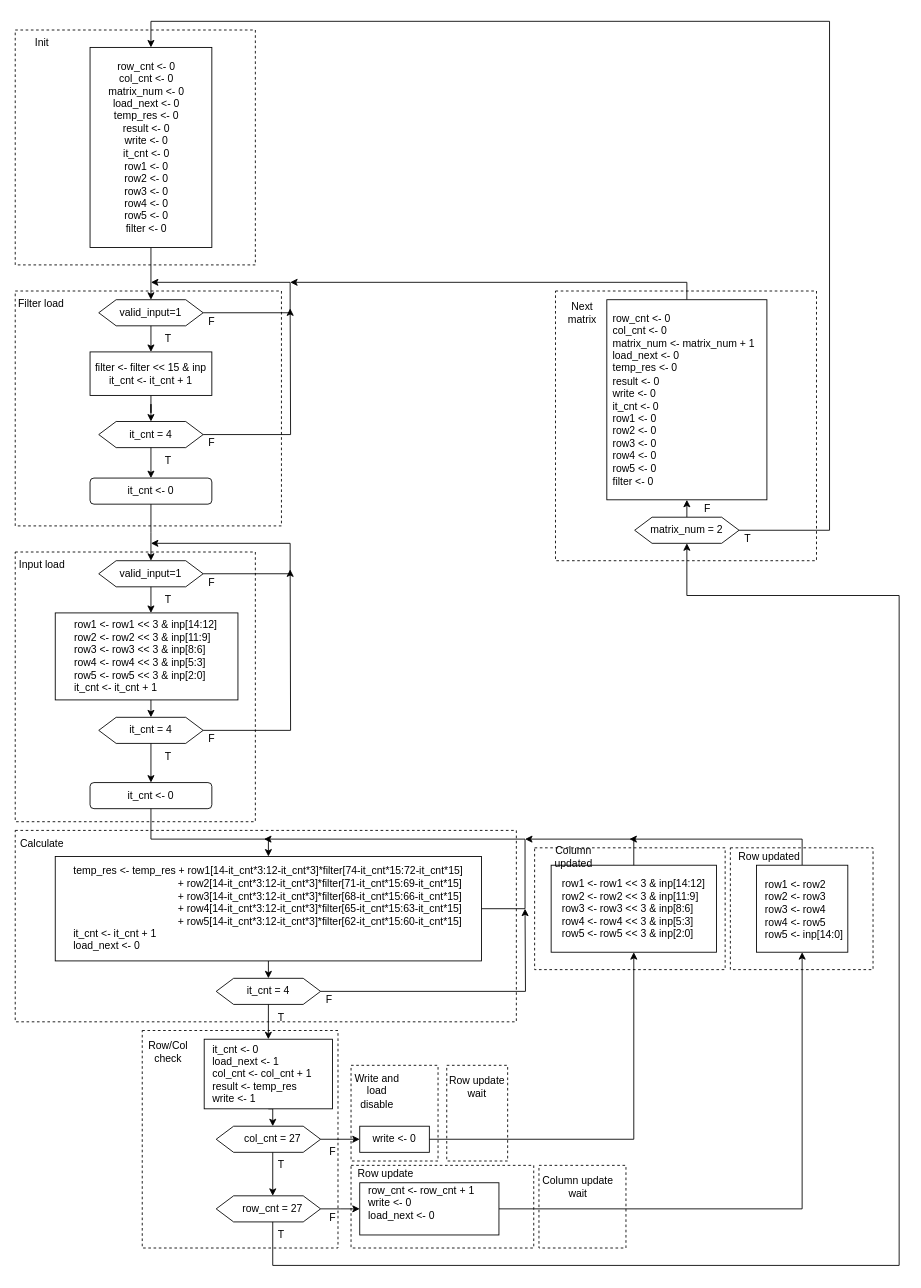
Above: page "Convolution ASMD" (3 of 3) of Diagrams.drawio in thevenus/etin35-pulpino (draw.io), before the change. Source tidied: cells renumbered, new cells numbered last; positions are measured from the earlier drawing's top-left corner, leaving out a move shared by most shapes. Both pictures are drawn from the tidied source at 87%, with x=0, y=0 at pixel (15, 21).
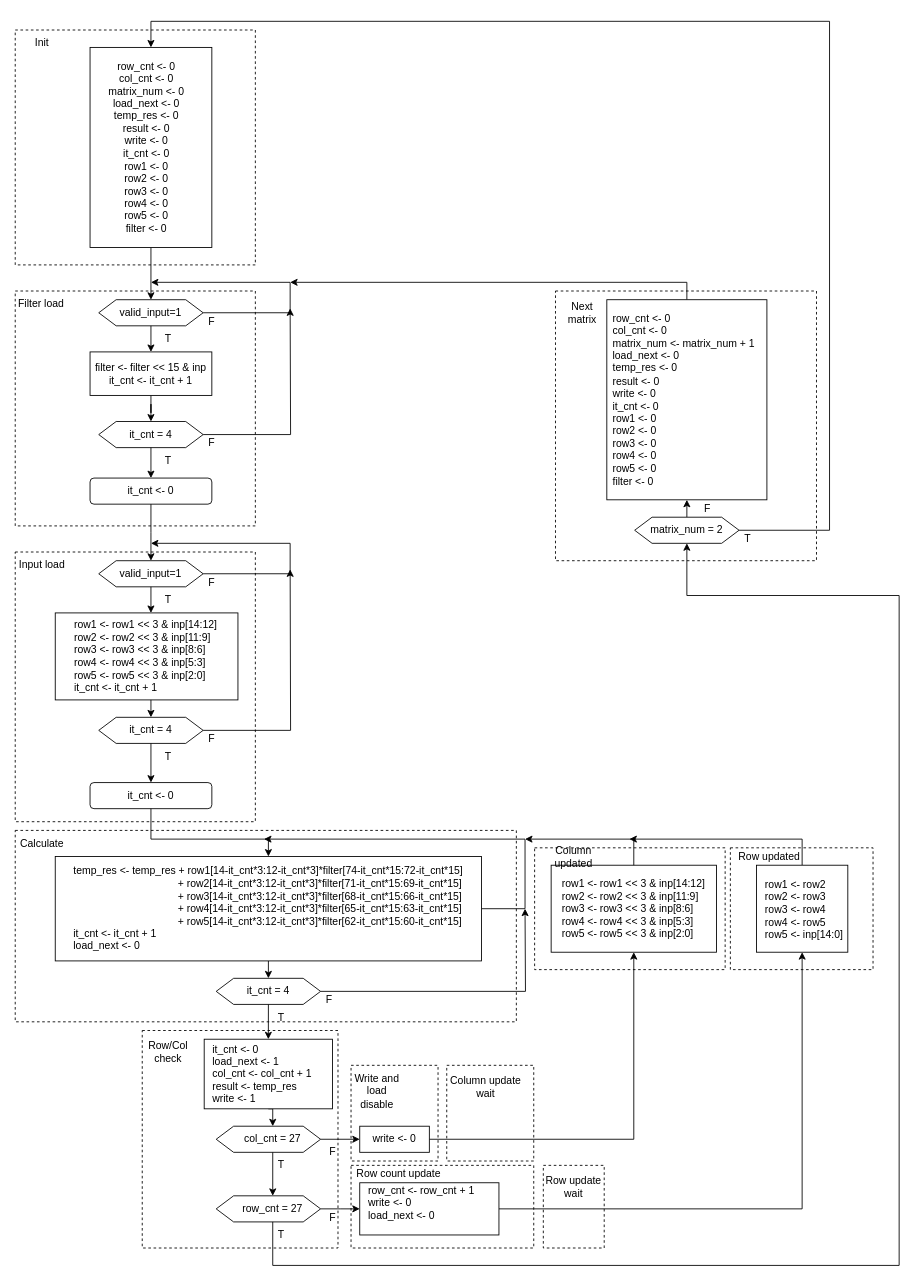
The same page after the edit.

Change to the diagram source:
```diff
@@
     <mxCell id="14" style="rounded=0;whiteSpace=wrap;html=1;fillColor=none;dashed=1;" parent="1" vertex="1">
-      <mxGeometry y="310" width="306" height="270" as="geometry" />
+      <mxGeometry y="310" width="276" height="270" as="geometry" />
     </mxCell>
@@
     <mxCell id="75" style="rounded=0;whiteSpace=wrap;html=1;fillColor=none;dashed=1;" parent="1" vertex="1">
-      <mxGeometry x="602" y="1315" width="100" height="95" as="geometry" />
+      <mxGeometry x="496" y="1200" width="100" height="110" as="geometry" />
     </mxCell>
@@
     <mxCell id="78" value="&lt;div&gt;Column update wait&lt;br&gt;&lt;/div&gt;" style="text;html=1;align=center;verticalAlign=middle;whiteSpace=wrap;rounded=0;" parent="1" vertex="1">
-      <mxGeometry x="602" y="1325" width="90" height="30" as="geometry" />
+      <mxGeometry x="496" y="1210" width="90" height="30" as="geometry" />
     </mxCell>
-    <mxCell id="79" value="Row update" style="text;html=1;align=center;verticalAlign=middle;whiteSpace=wrap;rounded=0;" parent="1" vertex="1">
-      <mxGeometry x="386" y="1315" width="80" height="20" as="geometry" />
+    <mxCell id="79" value="Row count update" style="text;html=1;align=center;verticalAlign=middle;whiteSpace=wrap;rounded=0;" parent="1" vertex="1">
+      <mxGeometry x="386" y="1315" width="110" height="20" as="geometry" />
     </mxCell>
@@
     <mxCell id="83" style="rounded=0;whiteSpace=wrap;html=1;fillColor=none;dashed=1;" parent="1" vertex="1">
-      <mxGeometry x="496" y="1200" width="70" height="110" as="geometry" />
+      <mxGeometry x="607" y="1315" width="70" height="95" as="geometry" />
     </mxCell>
     <mxCell id="84" value="&lt;div&gt;Row update wait&lt;br&gt;&lt;/div&gt;" style="text;html=1;align=center;verticalAlign=middle;whiteSpace=wrap;rounded=0;" parent="1" vertex="1">
-      <mxGeometry x="496" y="1210" width="70" height="30" as="geometry" />
+      <mxGeometry x="607" y="1325" width="70" height="30" as="geometry" />
     </mxCell>
```
